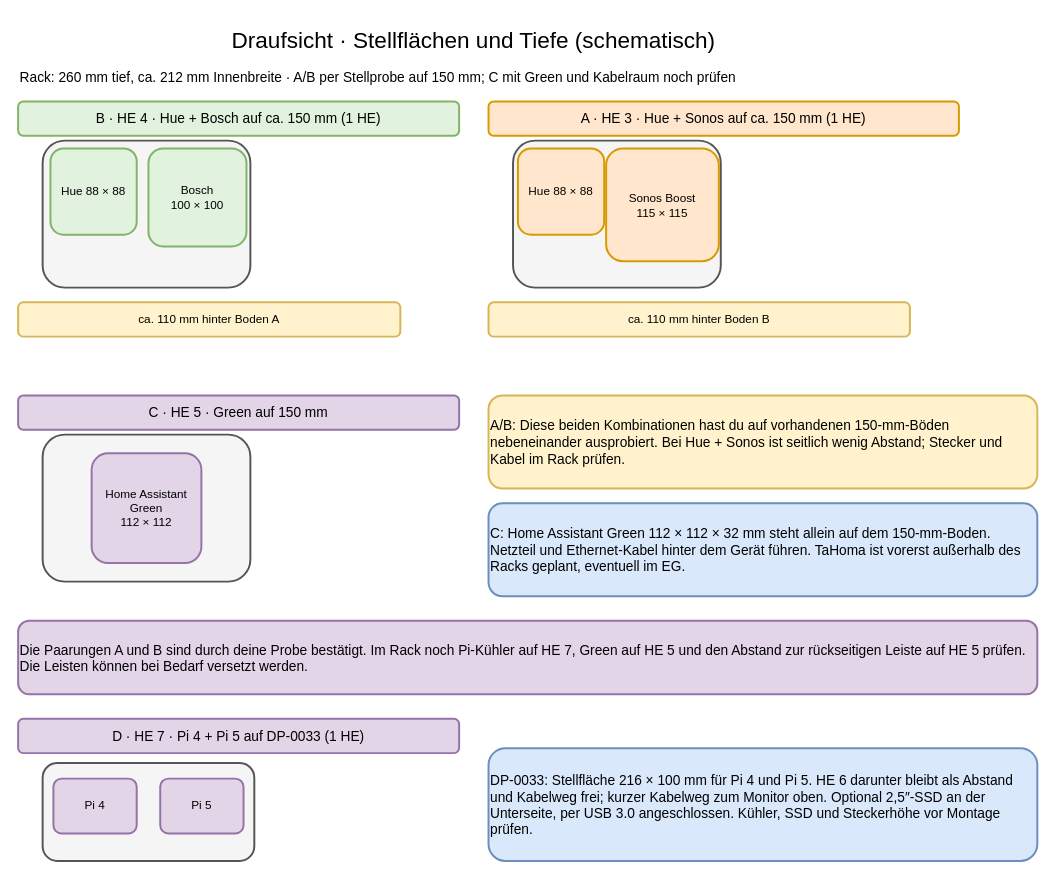
This is page "Fachböden – Draufsicht" (2 of 4) of 10-zoll-rack-planung.drawio from tiptronic/diagrams, a draw.io file, before an edit. Source tidied: cells renumbered, new cells numbered last; positions are measured from the earlier drawing's top-left corner, leaving out a move shared by most shapes. Both pictures are drawn from the tidied source at 98%, with x=0, y=0 at pixel (18, 18).
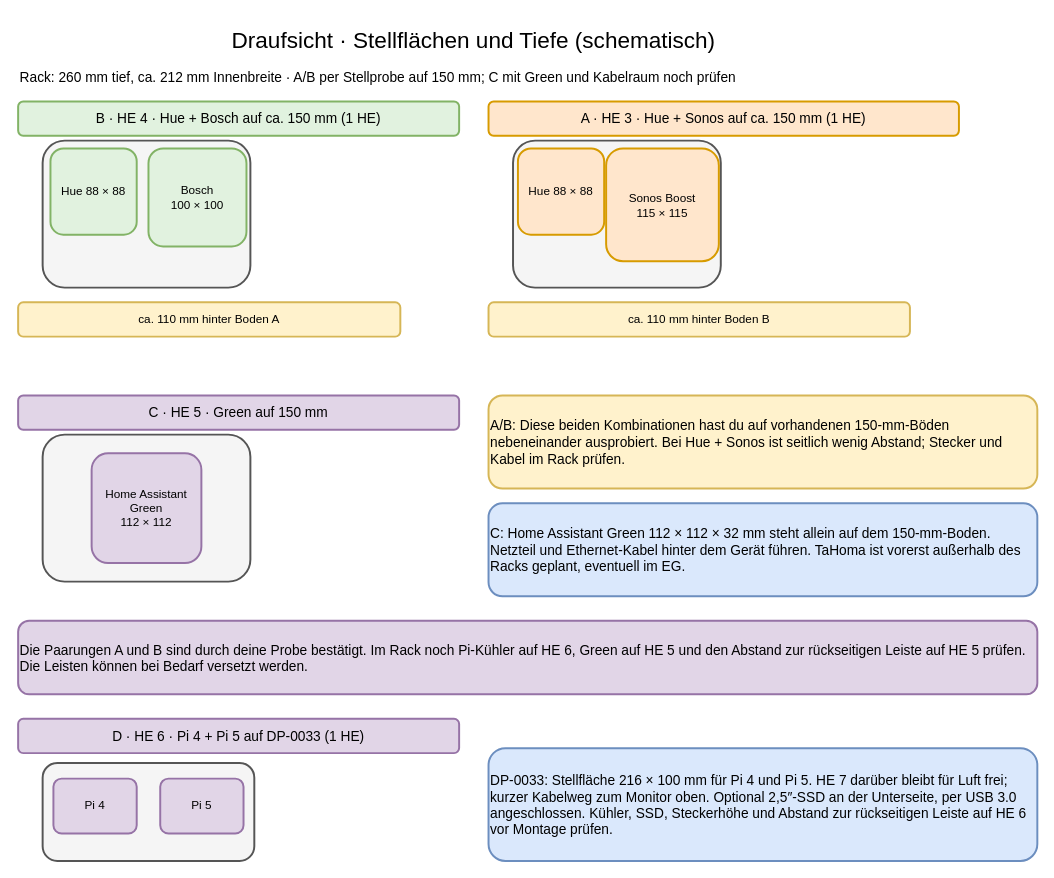
The same diagram, later.

The edit, as a diff of the source:
```diff
@@
-    <mxCell id="19" value="Die Paarungen A und B sind durch deine Probe bestätigt. Im Rack noch Pi-Kühler auf HE 7, Green auf HE 5 und den Abstand zur rückseitigen Leiste auf HE 5 prüfen. Die Leisten können bei Bedarf versetzt werden." style="rounded=1;whiteSpace=wrap;html=1;align=left;verticalAlign=middle;strokeWidth=2;fontSize=14;fillColor=#e1d5e7;strokeColor=#9673a6;" parent="1" vertex="1">
+    <mxCell id="19" value="Die Paarungen A und B sind durch deine Probe bestätigt. Im Rack noch Pi-Kühler auf HE 6, Green auf HE 5 und den Abstand zur rückseitigen Leiste auf HE 5 prüfen. Die Leisten können bei Bedarf versetzt werden." style="rounded=1;whiteSpace=wrap;html=1;align=left;verticalAlign=middle;strokeWidth=2;fontSize=14;fillColor=#e1d5e7;strokeColor=#9673a6;" parent="1" vertex="1">
       <mxGeometry y="615" width="1040" height="75" as="geometry" />
     </mxCell>
-    <mxCell id="20" value="D · HE 7 · Pi 4 + Pi 5 auf DP-0033 (1 HE)" style="rounded=1;whiteSpace=wrap;html=1;align=center;verticalAlign=middle;strokeWidth=2;fontSize=14;fillColor=#e1d5e7;strokeColor=#9673a6;" parent="1" vertex="1">
+    <mxCell id="20" value="D · HE 6 · Pi 4 + Pi 5 auf DP-0033 (1 HE)" style="rounded=1;whiteSpace=wrap;html=1;align=center;verticalAlign=middle;strokeWidth=2;fontSize=14;fillColor=#e1d5e7;strokeColor=#9673a6;" parent="1" vertex="1">
       <mxGeometry y="715" width="450" height="35" as="geometry" />
     </mxCell>
@@
-    <mxCell id="24" value="DP-0033: Stellfläche 216 × 100 mm für Pi 4 und Pi 5. HE 6 darunter bleibt als Abstand und Kabelweg frei; kurzer Kabelweg zum Monitor oben. Optional 2,5″-SSD an der Unterseite, per USB 3.0 angeschlossen. Kühler, SSD und Steckerhöhe vor Montage prüfen." style="rounded=1;whiteSpace=wrap;html=1;align=left;verticalAlign=middle;strokeWidth=2;fontSize=14;fillColor=#dae8fc;strokeColor=#6c8ebf;" parent="1" vertex="1">
+    <mxCell id="24" value="DP-0033: Stellfläche 216 × 100 mm für Pi 4 und Pi 5. HE 7 darüber bleibt für Luft frei; kurzer Kabelweg zum Monitor oben. Optional 2,5″-SSD an der Unterseite, per USB 3.0 angeschlossen. Kühler, SSD, Steckerhöhe und Abstand zur rückseitigen Leiste auf HE 6 vor Montage prüfen." style="rounded=1;whiteSpace=wrap;html=1;align=left;verticalAlign=middle;strokeWidth=2;fontSize=14;fillColor=#dae8fc;strokeColor=#6c8ebf;" parent="1" vertex="1">
       <mxGeometry x="480" y="745" width="560" height="115" as="geometry" />
     </mxCell>
```
